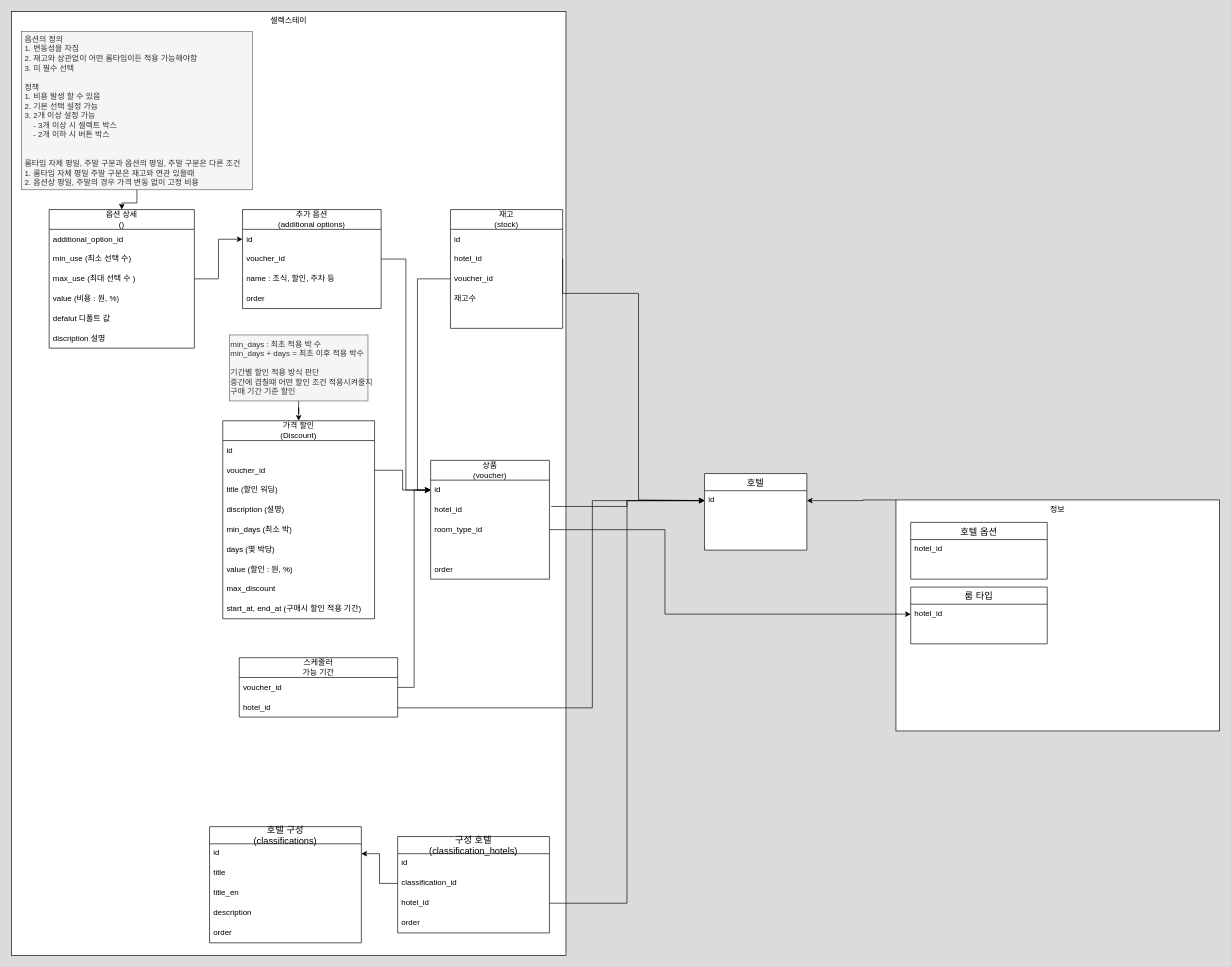
Above: 1.drawio in zuiderzee7/draw (draw.io), before the change. Source tidied: cells renumbered, new cells numbered last; positions are measured from the earlier drawing's top-left corner, leaving out a move shared by most shapes. Both pictures are drawn from the tidied source at 66%, with x=0, y=0 at pixel (11, 11).
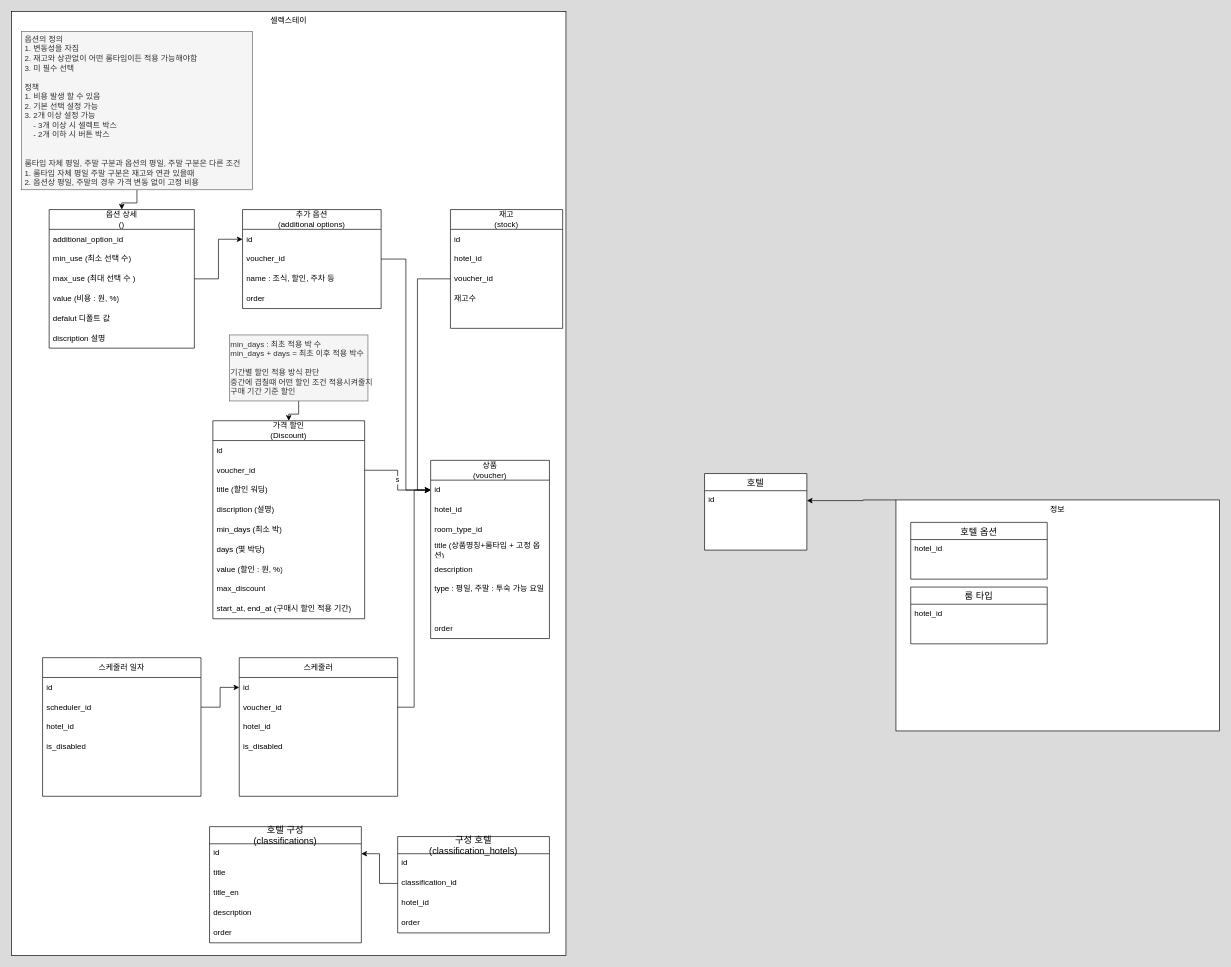
After the change.

The change refers to these unchanged cells:
```xml
<mxCell id="4" value="id" style="text;strokeColor=none;fillColor=none;spacingLeft=4;spacingRight=4;overflow=hidden;points=[[0,0.5],[1,0.5]];portConstraint=eastwest;fontSize=12;" parent="3" vertex="1">
  <mxGeometry y="26" width="155" height="30" as="geometry" />
</mxCell>
<mxCell id="16" value="hotel_id" style="text;strokeColor=none;fillColor=none;spacingLeft=4;spacingRight=4;overflow=hidden;points=[[0,0.5],[1,0.5]];portConstraint=eastwest;fontSize=12;" parent="13" vertex="1">
  <mxGeometry y="86" width="230" height="30" as="geometry" />
</mxCell>
<mxCell id="27" value="id" style="text;strokeColor=none;fillColor=none;align=left;verticalAlign=middle;spacingLeft=4;spacingRight=4;overflow=hidden;points=[[0,0.5],[1,0.5]];portConstraint=eastwest;whiteSpace=wrap;html=1;" parent="26" vertex="1">
  <mxGeometry y="30" width="180" height="30" as="geometry" />
</mxCell>
<mxCell id="28" value="hotel_id" style="text;strokeColor=none;fillColor=none;align=left;verticalAlign=middle;spacingLeft=4;spacingRight=4;overflow=hidden;points=[[0,0.5],[1,0.5]];portConstraint=eastwest;whiteSpace=wrap;html=1;" parent="26" vertex="1">
  <mxGeometry y="60" width="180" height="30" as="geometry" />
</mxCell>
<mxCell id="29" value="room_type_id" style="text;strokeColor=none;fillColor=none;align=left;verticalAlign=middle;spacingLeft=4;spacingRight=4;overflow=hidden;points=[[0,0.5],[1,0.5]];portConstraint=eastwest;whiteSpace=wrap;html=1;" parent="26" vertex="1">
  <mxGeometry y="90" width="180" height="30" as="geometry" />
</mxCell>
<mxCell id="43" value="hotel_id" style="text;strokeColor=none;fillColor=none;align=left;verticalAlign=middle;spacingLeft=4;spacingRight=4;overflow=hidden;points=[[0,0.5],[1,0.5]];portConstraint=eastwest;whiteSpace=wrap;html=1;" parent="41" vertex="1">
  <mxGeometry y="60" width="170" height="30" as="geometry" />
</mxCell>
<mxCell id="54" value="hotel_id" style="text;strokeColor=none;fillColor=none;spacingLeft=4;spacingRight=4;overflow=hidden;points=[[0,0.5],[1,0.5]];portConstraint=eastwest;fontSize=12;" parent="52" vertex="1">
  <mxGeometry y="26" width="206.8" height="30" as="geometry" />
</mxCell>
<mxCell id="58" value="voucher_id" style="text;strokeColor=none;fillColor=none;align=left;verticalAlign=middle;spacingLeft=4;spacingRight=4;overflow=hidden;points=[[0,0.5],[1,0.5]];portConstraint=eastwest;whiteSpace=wrap;html=1;" parent="56" vertex="1">
  <mxGeometry y="60" width="230" height="30" as="geometry" />
</mxCell>
```

Diff of the diagram source:
```diff
@@
-    <mxCell id="19" style="edgeStyle=orthogonalEdgeStyle;rounded=0;jettySize=auto;html=1;exitX=1;exitY=0.5;exitDx=0;exitDy=0;" parent="1" edge="1" source="16" target="4">
-      <mxGeometry relative="1" as="geometry" />
-    </mxCell>
@@
     <mxCell id="26" value="상품&lt;br&gt;(voucher)" style="swimlane;fontStyle=0;horizontal=1;startSize=30;whiteSpace=wrap;html=1;" parent="1" vertex="1">
-      <mxGeometry x="635" y="680" width="180" height="180" as="geometry" />
+      <mxGeometry x="635" y="680" width="180" height="270" as="geometry" />
     </mxCell>
@@
-    <mxCell id="30" style="text;strokeColor=none;fillColor=none;align=left;verticalAlign=middle;spacingLeft=4;spacingRight=4;overflow=hidden;whiteSpace=wrap;html=1;" parent="26" vertex="1">
+    <mxCell id="30" value="title (상품명칭+룸타입 + 고정 옵션)" style="text;strokeColor=none;fillColor=none;align=left;verticalAlign=middle;spacingLeft=4;spacingRight=4;overflow=hidden;whiteSpace=wrap;html=1;" parent="26" vertex="1">
       <mxGeometry y="120" width="180" height="30" as="geometry" />
     </mxCell>
+    <mxCell id="79" value="description" style="text;strokeColor=none;fillColor=none;align=left;verticalAlign=middle;spacingLeft=4;spacingRight=4;overflow=hidden;whiteSpace=wrap;html=1;" parent="26" vertex="1">
+      <mxGeometry y="150" width="180" height="30" as="geometry" />
+    </mxCell>
+    <mxCell id="80" value="type : 평일, 주말 : 투숙 가능 요일" style="text;strokeColor=none;fillColor=none;align=left;verticalAlign=middle;spacingLeft=4;spacingRight=4;overflow=hidden;whiteSpace=wrap;html=1;" parent="26" vertex="1">
+      <mxGeometry y="180" width="180" height="30" as="geometry" />
+    </mxCell>
+    <mxCell id="81" style="text;strokeColor=none;fillColor=none;align=left;verticalAlign=middle;spacingLeft=4;spacingRight=4;overflow=hidden;whiteSpace=wrap;html=1;" parent="26" vertex="1">
+      <mxGeometry y="210" width="180" height="30" as="geometry" />
+    </mxCell>
     <mxCell id="31" value="order" style="text;strokeColor=none;fillColor=none;align=left;verticalAlign=middle;spacingLeft=4;spacingRight=4;overflow=hidden;whiteSpace=wrap;html=1;" parent="26" vertex="1">
-      <mxGeometry y="150" width="180" height="30" as="geometry" />
+      <mxGeometry y="240" width="180" height="30" as="geometry" />
     </mxCell>
-    <mxCell id="32" style="edgeStyle=orthogonalEdgeStyle;rounded=0;jettySize=auto;html=1;entryX=0;entryY=0.5;entryDx=0;entryDy=0;exitX=1.015;exitY=0.329;exitDx=0;exitDy=0;exitPerimeter=0;" parent="1" edge="1" source="28" target="4">
-      <mxGeometry relative="1" as="geometry" />
-    </mxCell>
@@
-    <mxCell id="47" style="edgeStyle=orthogonalEdgeStyle;rounded=0;jettySize=auto;html=1;entryX=0;entryY=0.5;entryDx=0;entryDy=0;exitX=1;exitY=0.5;exitDx=0;exitDy=0;" parent="1" edge="1" source="43" target="4">
-      <mxGeometry relative="1" as="geometry">
-        <Array as="points">
-          <mxPoint x="835" y="427" />
-          <mxPoint x="950" y="427" />
-          <mxPoint x="950" y="740" />
-          <mxPoint x="1050" y="740" />
-        </Array>
-      </mxGeometry>
-    </mxCell>
@@
     <mxCell id="56" value="가격 할인&lt;br&gt;(Discount)" style="swimlane;fontStyle=0;horizontal=1;startSize=30;whiteSpace=wrap;html=1;" parent="1" vertex="1">
-      <mxGeometry x="320" y="620" width="230" height="300" as="geometry" />
+      <mxGeometry x="305" y="620" width="230" height="300" as="geometry" />
     </mxCell>
@@
-    <mxCell id="66" style="edgeStyle=orthogonalEdgeStyle;rounded=0;jettySize=auto;html=1;entryX=0;entryY=0.5;entryDx=0;entryDy=0;" parent="1" edge="1" source="58" target="27">
+    <mxCell id="66" value="s" style="edgeStyle=orthogonalEdgeStyle;rounded=0;jettySize=auto;html=1;entryX=0;entryY=0.5;entryDx=0;entryDy=0;" parent="1" edge="1" source="58" target="27">
       <mxGeometry relative="1" as="geometry" />
     </mxCell>
@@
-    <mxCell id="71" value="스케줄러&lt;br&gt;가능 기간" style="swimlane;fontStyle=0;horizontal=1;startSize=30;whiteSpace=wrap;html=1;" parent="1" vertex="1">
-      <mxGeometry x="345" y="979" width="240" height="90" as="geometry" />
+    <mxCell id="71" value="스케줄러" style="swimlane;fontStyle=0;horizontal=1;startSize=30;whiteSpace=wrap;html=1;" parent="1" vertex="1">
+      <mxGeometry x="345" y="979" width="240" height="210" as="geometry" />
     </mxCell>
+    <mxCell id="82" value="id" style="text;strokeColor=none;fillColor=none;align=left;verticalAlign=middle;spacingLeft=4;spacingRight=4;overflow=hidden;points=[[0,0.5],[1,0.5]];portConstraint=eastwest;whiteSpace=wrap;html=1;" parent="71" vertex="1">
+      <mxGeometry y="30" width="240" height="30" as="geometry" />
+    </mxCell>
     <mxCell id="72" value="voucher_id" style="text;strokeColor=none;fillColor=none;align=left;verticalAlign=middle;spacingLeft=4;spacingRight=4;overflow=hidden;points=[[0,0.5],[1,0.5]];portConstraint=eastwest;whiteSpace=wrap;html=1;" parent="71" vertex="1">
-      <mxGeometry y="30" width="240" height="30" as="geometry" />
+      <mxGeometry y="60" width="240" height="30" as="geometry" />
     </mxCell>
     <mxCell id="73" value="hotel_id" style="text;strokeColor=none;fillColor=none;align=left;verticalAlign=middle;spacingLeft=4;spacingRight=4;overflow=hidden;points=[[0,0.5],[1,0.5]];portConstraint=eastwest;whiteSpace=wrap;html=1;" parent="71" vertex="1">
-      <mxGeometry y="60" width="240" height="30" as="geometry" />
+      <mxGeometry y="90" width="240" height="30" as="geometry" />
     </mxCell>
+    <mxCell id="83" value="is_disabled" style="text;strokeColor=none;fillColor=none;align=left;verticalAlign=middle;spacingLeft=4;spacingRight=4;overflow=hidden;whiteSpace=wrap;html=1;" parent="71" vertex="1">
+      <mxGeometry y="120" width="240" height="30" as="geometry" />
+    </mxCell>
+    <mxCell id="84" style="text;strokeColor=none;fillColor=none;align=left;verticalAlign=middle;spacingLeft=4;spacingRight=4;overflow=hidden;whiteSpace=wrap;html=1;" parent="71" vertex="1">
+      <mxGeometry y="150" width="240" height="30" as="geometry" />
+    </mxCell>
+    <mxCell id="85" style="text;strokeColor=none;fillColor=none;align=left;verticalAlign=middle;spacingLeft=4;spacingRight=4;overflow=hidden;whiteSpace=wrap;html=1;" parent="71" vertex="1">
+      <mxGeometry y="180" width="240" height="30" as="geometry" />
+    </mxCell>
@@
-    <mxCell id="75" style="edgeStyle=orthogonalEdgeStyle;rounded=0;jettySize=auto;html=1;" parent="1" edge="1" source="73" target="4">
-      <mxGeometry relative="1" as="geometry">
-        <Array as="points">
-          <mxPoint x="880" y="1055" />
-          <mxPoint x="880" y="741" />
-        </Array>
-      </mxGeometry>
-    </mxCell>
@@
-    <mxCell id="78" style="edgeStyle=orthogonalEdgeStyle;rounded=0;jettySize=auto;html=1;" parent="1" edge="1" source="29" target="54">
-      <mxGeometry relative="1" as="geometry">
-        <Array as="points">
-          <mxPoint x="990" y="785" />
-          <mxPoint x="990" y="913" />
-        </Array>
-      </mxGeometry>
-    </mxCell>
+    <mxCell id="86" value="스케줄러 일자" style="swimlane;fontStyle=0;horizontal=1;startSize=30;whiteSpace=wrap;html=1;" parent="1" vertex="1">
+      <mxGeometry x="47" y="979" width="240" height="210" as="geometry" />
+    </mxCell>
+    <mxCell id="87" value="id" style="text;strokeColor=none;fillColor=none;align=left;verticalAlign=middle;spacingLeft=4;spacingRight=4;overflow=hidden;whiteSpace=wrap;html=1;" parent="86" vertex="1">
+      <mxGeometry y="30" width="240" height="30" as="geometry" />
+    </mxCell>
+    <mxCell id="88" value="scheduler_id" style="text;strokeColor=none;fillColor=none;align=left;verticalAlign=middle;spacingLeft=4;spacingRight=4;overflow=hidden;points=[[0,0.5],[1,0.5]];portConstraint=eastwest;whiteSpace=wrap;html=1;" parent="86" vertex="1">
+      <mxGeometry y="60" width="240" height="30" as="geometry" />
+    </mxCell>
+    <mxCell id="89" value="hotel_id" style="text;strokeColor=none;fillColor=none;align=left;verticalAlign=middle;spacingLeft=4;spacingRight=4;overflow=hidden;whiteSpace=wrap;html=1;" parent="86" vertex="1">
+      <mxGeometry y="90" width="240" height="30" as="geometry" />
+    </mxCell>
+    <mxCell id="90" value="is_disabled" style="text;strokeColor=none;fillColor=none;align=left;verticalAlign=middle;spacingLeft=4;spacingRight=4;overflow=hidden;whiteSpace=wrap;html=1;" parent="86" vertex="1">
+      <mxGeometry y="120" width="240" height="30" as="geometry" />
+    </mxCell>
+    <mxCell id="91" style="text;strokeColor=none;fillColor=none;align=left;verticalAlign=middle;spacingLeft=4;spacingRight=4;overflow=hidden;whiteSpace=wrap;html=1;" parent="86" vertex="1">
+      <mxGeometry y="150" width="240" height="30" as="geometry" />
+    </mxCell>
+    <mxCell id="92" style="text;strokeColor=none;fillColor=none;align=left;verticalAlign=middle;spacingLeft=4;spacingRight=4;overflow=hidden;whiteSpace=wrap;html=1;" parent="86" vertex="1">
+      <mxGeometry y="180" width="240" height="30" as="geometry" />
+    </mxCell>
+    <mxCell id="93" style="edgeStyle=orthogonalEdgeStyle;rounded=0;jettySize=auto;html=1;" parent="1" edge="1" source="88" target="82">
+      <mxGeometry relative="1" as="geometry" />
+    </mxCell>
```
